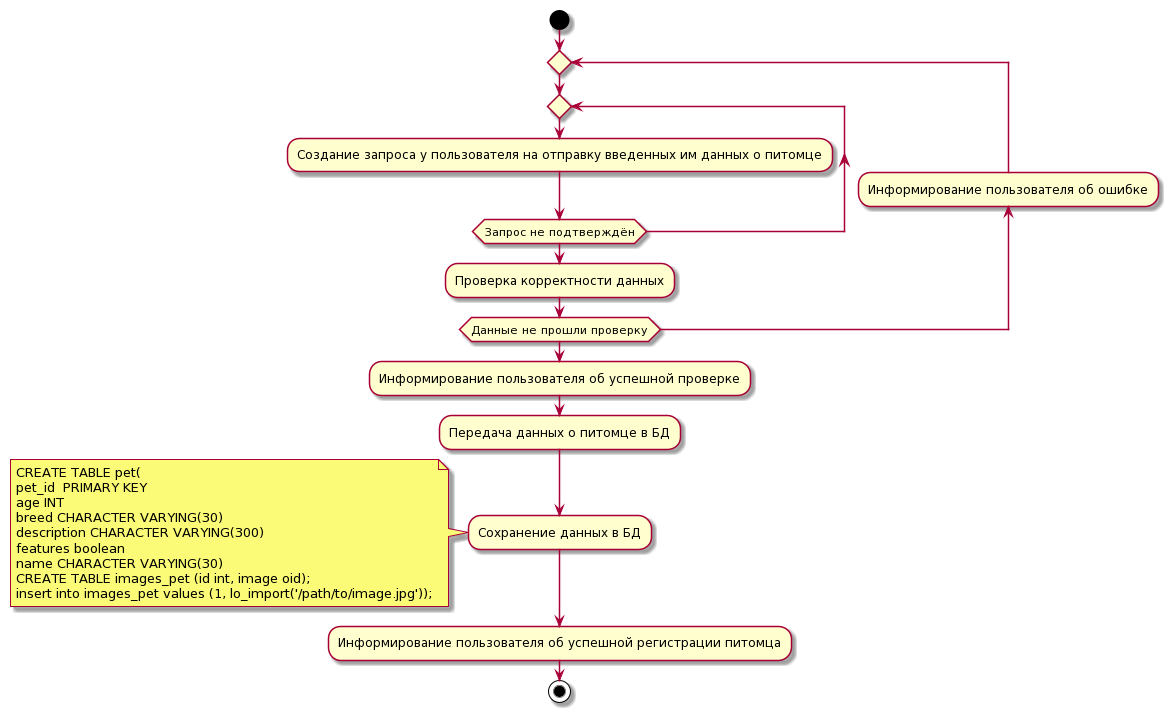
Earlier version of the PlantUML export Explanatory letter/3_Software_design/3.3_ Design_of_Algorithms_of_Program_Class_Methods/PetController_addPet.png (staceyDragon/ShelterProject).
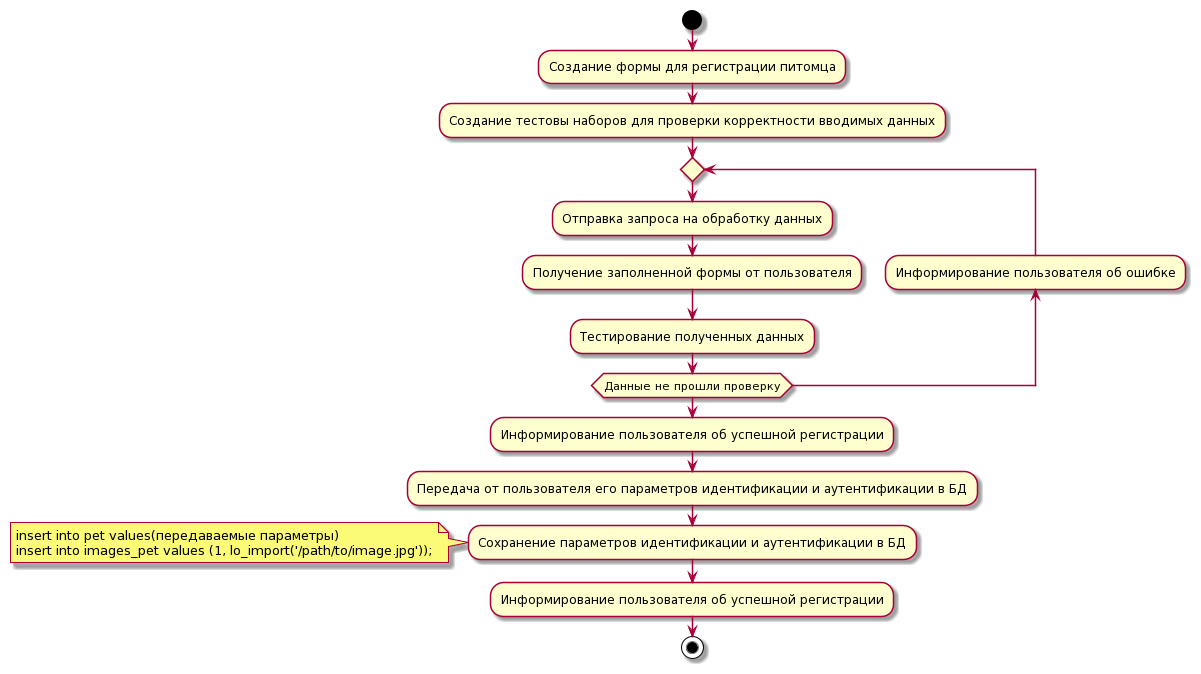
The same file after the commit.

Change to the diagram source:
```diff
@@ -1,26 +1,20 @@
 @startuml
 start
+:Создание формы для регистрации питомца;
+:Создание тестовы наборов для проверки корректности вводимых данных;
 repeat
-  repeat
-  :Создание запроса у пользователя на отправку введенных им данных о питомце;
-  repeat while(Запрос не подтверждён)
-  :Проверка корректности данных;
+  :Отправка запроса на обработку данных;
+  :Получение заполненной формы от пользователя;
+  :Тестирование полученных данных;
 backward:Информирование пользователя об ошибке;
 repeat while (Данные не прошли проверку)
-:Информирование пользователя об успешной проверке;
-:Передача данных о питомце в БД;
-:Сохранение данных в БД;
+:Информирование пользователя об успешной регистрации;
+:Передача от пользователя его параметров идентификации и аутентификации в БД;
+:Сохранение параметров идентификации и аутентификации в БД;
 note left
-CREATE TABLE pet(
-pet_id  PRIMARY KEY
-age INT
-breed CHARACTER VARYING(30)
-description CHARACTER VARYING(300)
-features boolean
-name CHARACTER VARYING(30)
-CREATE TABLE images_pet (id int, image oid);
+insert into pet values(передаваемые параметры)
 insert into images_pet values (1, lo_import('/path/to/image.jpg'));
 end note
-:Информирование пользователя об успешной регистрации питомца;
+:Информирование пользователя об успешной регистрации;
 stop
 @enduml
```
